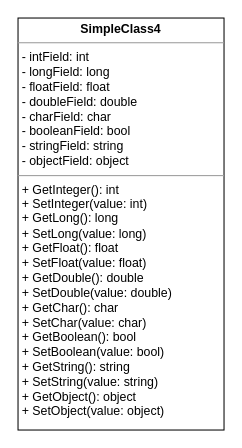
Earlier version of the draw.io diagram page "SimpleClass4" (10 of 22) of uml-design-basics.drawio (sgorgun/uml-design-basics). Source tidied: cells renumbered, new cells numbered last; positions are measured from the earlier drawing's top-left corner, leaving out a move shared by most shapes. Both pictures are drawn from the tidied source at 103%, with x=0, y=0 at pixel (18, 18).
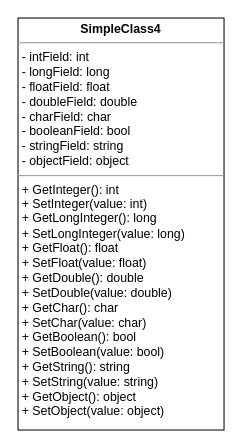
After the change.

Change to the diagram source:
```diff
@@
 <mxGraphModel>
   <root>
     <mxCell id="0" />
     <mxCell id="1" parent="0" />
-    <mxCell id="2" value="&lt;p style=&quot;margin: 0px ; margin-top: 4px ; text-align: center&quot;&gt;&lt;b&gt;SimpleClass4&lt;/b&gt;&lt;/p&gt;&lt;hr size=&quot;1&quot;&gt;&lt;p style=&quot;margin: 0px 0px 0px 4px&quot;&gt;- intField: int&lt;/p&gt;&lt;p style=&quot;margin: 0px 0px 0px 4px&quot;&gt;- longField: long&lt;/p&gt;&lt;p style=&quot;margin: 0px 0px 0px 4px&quot;&gt;- floatField: float&lt;/p&gt;&lt;p style=&quot;margin: 0px 0px 0px 4px&quot;&gt;- doubleField: double&lt;/p&gt;&lt;p style=&quot;margin: 0px 0px 0px 4px&quot;&gt;- charField: char&lt;/p&gt;&lt;p style=&quot;margin: 0px 0px 0px 4px&quot;&gt;- booleanField: bool&lt;/p&gt;&lt;p style=&quot;margin: 0px 0px 0px 4px&quot;&gt;- stringField: string&lt;/p&gt;&lt;p style=&quot;margin: 0px 0px 0px 4px&quot;&gt;- objectField: object&lt;/p&gt;&lt;hr size=&quot;1&quot;&gt;&lt;p style=&quot;margin: 0px ; margin-left: 4px&quot;&gt;+ GetInteger(): int&lt;br&gt;+ SetInteger(value: int)&lt;br&gt;+ GetLong(): long&lt;br&gt;+ SetLong(value: long)&lt;br&gt;+ GetFloat(): float&lt;br&gt;+ SetFloat(value: float)&lt;br&gt;+ GetDouble(): double&lt;br&gt;+ SetDouble&lt;span&gt;(value: double&lt;/span&gt;&lt;span&gt;)&lt;br&gt;&lt;/span&gt;+ GetChar(): char&lt;br&gt;+ SetChar&lt;span&gt;(value: char&lt;/span&gt;&lt;span&gt;)&lt;br&gt;&lt;/span&gt;+ GetBoolean(): bool&lt;br&gt;+ SetBoolean&lt;span&gt;(value: bool&lt;/span&gt;&lt;span&gt;)&lt;br&gt;&lt;/span&gt;+ GetString(): string&lt;br&gt;+ SetString&lt;span&gt;(value: string&lt;/span&gt;&lt;span&gt;)&lt;br&gt;&lt;/span&gt;+ GetObject(): object&lt;br&gt;+ SetObject&lt;span&gt;(value:&amp;nbsp;&lt;/span&gt;object&lt;span&gt;)&lt;/span&gt;&lt;span&gt;&lt;br&gt;&lt;/span&gt;&lt;/p&gt;" style="verticalAlign=top;align=left;overflow=fill;fontSize=12;fontFamily=Helvetica;html=1;" parent="1" vertex="1">
+    <mxCell id="2" value="&lt;p style=&quot;margin: 0px ; margin-top: 4px ; text-align: center&quot;&gt;&lt;b&gt;SimpleClass4&lt;/b&gt;&lt;/p&gt;&lt;hr size=&quot;1&quot;&gt;&lt;p style=&quot;margin: 0px 0px 0px 4px&quot;&gt;- intField: int&lt;/p&gt;&lt;p style=&quot;margin: 0px 0px 0px 4px&quot;&gt;- longField: long&lt;/p&gt;&lt;p style=&quot;margin: 0px 0px 0px 4px&quot;&gt;- floatField: float&lt;/p&gt;&lt;p style=&quot;margin: 0px 0px 0px 4px&quot;&gt;- doubleField: double&lt;/p&gt;&lt;p style=&quot;margin: 0px 0px 0px 4px&quot;&gt;- charField: char&lt;/p&gt;&lt;p style=&quot;margin: 0px 0px 0px 4px&quot;&gt;- booleanField: bool&lt;/p&gt;&lt;p style=&quot;margin: 0px 0px 0px 4px&quot;&gt;- stringField: string&lt;/p&gt;&lt;p style=&quot;margin: 0px 0px 0px 4px&quot;&gt;- objectField: object&lt;/p&gt;&lt;hr size=&quot;1&quot;&gt;&lt;p style=&quot;margin: 0px ; margin-left: 4px&quot;&gt;+ GetInteger(): int&lt;br&gt;+ SetInteger(value: int)&lt;br&gt;+ GetLongInteger(): long&lt;br&gt;+ SetLongInteger(value: long)&lt;br&gt;+ GetFloat(): float&lt;br&gt;+ SetFloat(value: float)&lt;br&gt;+ GetDouble(): double&lt;br&gt;+ SetDouble&lt;span&gt;(value: double&lt;/span&gt;&lt;span&gt;)&lt;br&gt;&lt;/span&gt;+ GetChar(): char&lt;br&gt;+ SetChar&lt;span&gt;(value: char&lt;/span&gt;&lt;span&gt;)&lt;br&gt;&lt;/span&gt;+ GetBoolean(): bool&lt;br&gt;+ SetBoolean&lt;span&gt;(value: bool&lt;/span&gt;&lt;span&gt;)&lt;br&gt;&lt;/span&gt;+ GetString(): string&lt;br&gt;+ SetString&lt;span&gt;(value: string&lt;/span&gt;&lt;span&gt;)&lt;br&gt;&lt;/span&gt;+ GetObject(): object&lt;br&gt;+ SetObject&lt;span&gt;(value:&amp;nbsp;&lt;/span&gt;object&lt;span&gt;)&lt;/span&gt;&lt;span&gt;&lt;br&gt;&lt;/span&gt;&lt;/p&gt;" style="verticalAlign=top;align=left;overflow=fill;fontSize=12;fontFamily=Helvetica;html=1;" parent="1" vertex="1">
       <mxGeometry width="200" height="400" as="geometry" />
     </mxCell>
   </root>
 </mxGraphModel>
```
